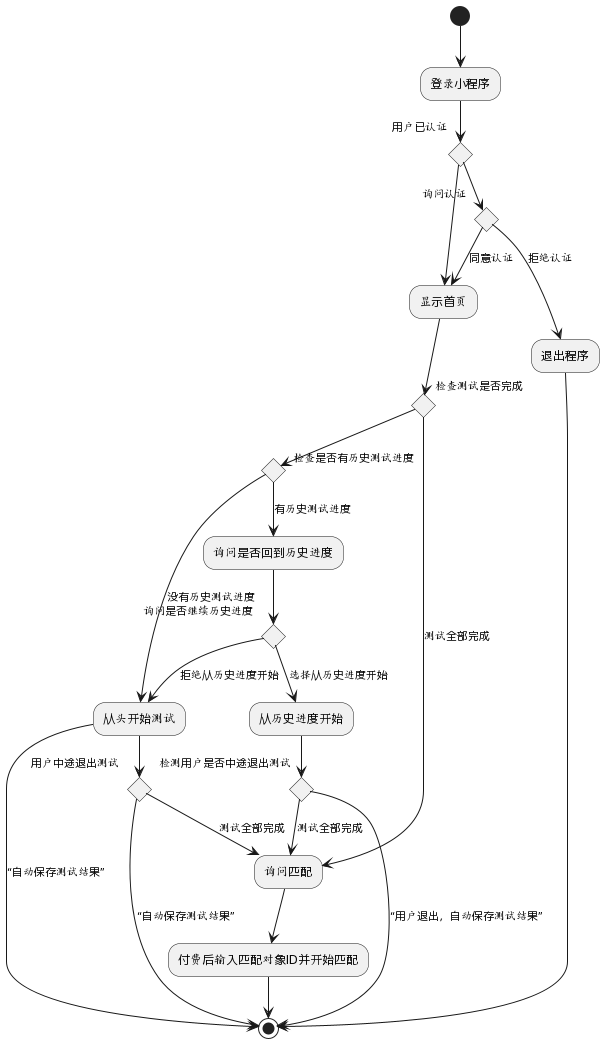
The PlantUML diagram Documentaries/逻辑图.png in WeeJeek/MarriagePairing, before a commit.
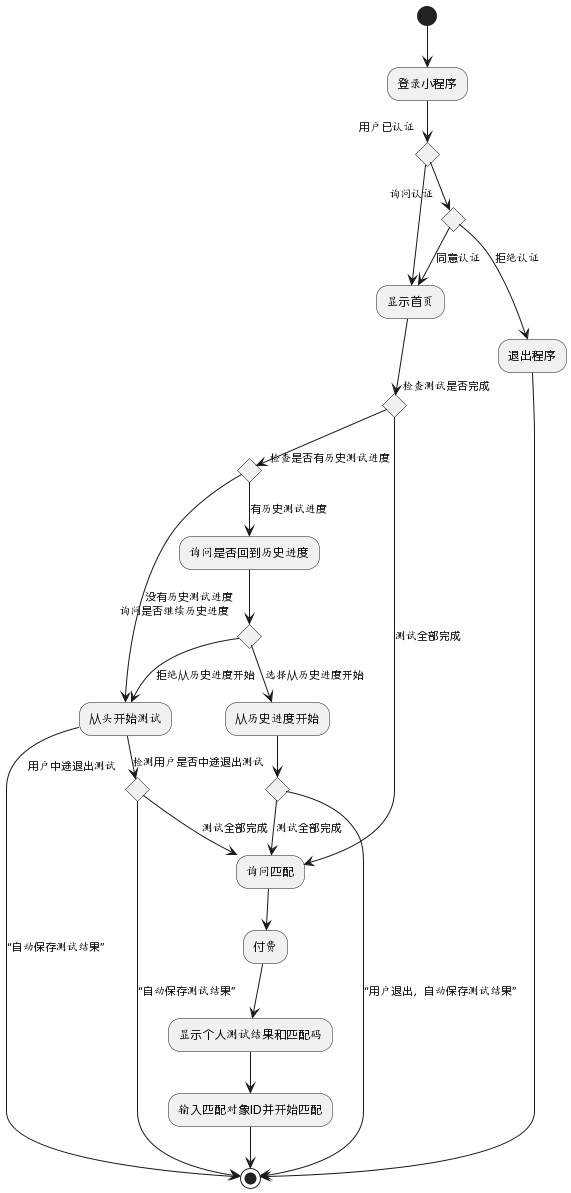
The same diagram one commit later.

Diff of the diagram source:
```diff
@@ -8,7 +8,9 @@
     -->[同意认证] "显示首页"
     if 检查测试是否完成 then
        -->[测试全部完成] 询问匹配
-       -->付费后输入匹配对象ID并开始匹配
+       -->付费
+       -->显示个人测试结果和匹配码
+       -->输入匹配对象ID并开始匹配
        --> (*)
     else
       if “检查是否有历史测试进度” then
```
